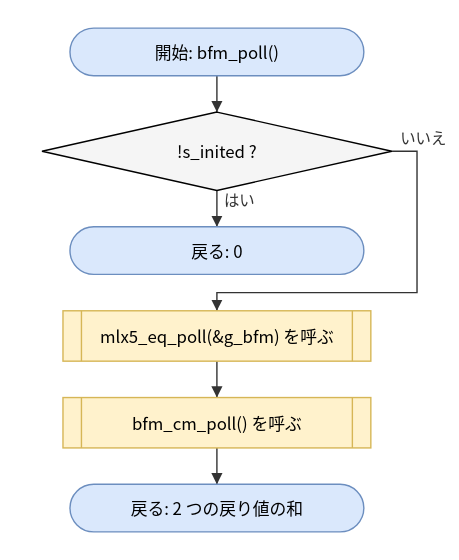
Earlier version of the draw.io export doc/spec/images/flow_src_bfm_core-bfm_poll.drawio.svg (hf355051012-ai/bfmem). Source tidied: cells renumbered, new cells last; positions are measured from the earlier drawing's top-left corner, leaving out a move shared by most shapes.
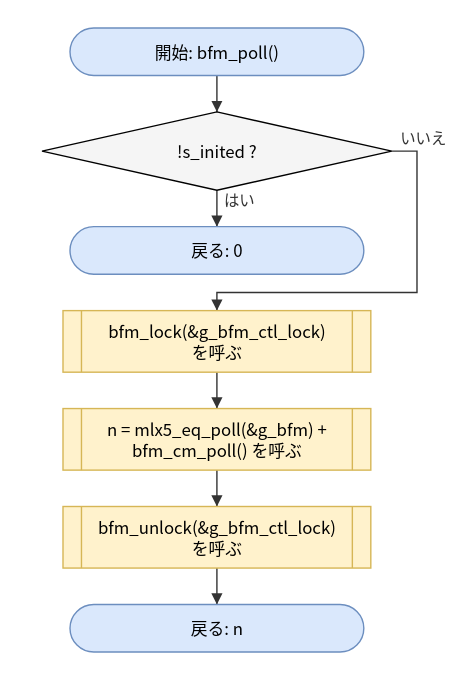
The same diagram one commit later.

Diff of the diagram source:
```diff
@@ -11,15 +11,18 @@
     <mxCell id="4" value="戻る: 0" style="rounded=1;arcSize=50;whiteSpace=wrap;html=1;fillColor=#dae8fc;strokeColor=#6c8ebf;" parent="1" vertex="1">
       <mxGeometry x="20" y="142" width="210" height="34" as="geometry" />
     </mxCell>
-    <mxCell id="5" value="mlx5_eq_poll(&amp;amp;g_bfm) を呼ぶ" style="shape=process;whiteSpace=wrap;html=1;backgroundOutline=1;size=0.06;fillColor=#fff2cc;strokeColor=#d6b656;" parent="1" vertex="1">
-      <mxGeometry x="15" y="202" width="220" height="36" as="geometry" />
+    <mxCell id="5" value="bfm_lock(&amp;amp;g_bfm_ctl_lock)&lt;br&gt;を呼ぶ" style="shape=process;whiteSpace=wrap;html=1;backgroundOutline=1;size=0.06;fillColor=#fff2cc;strokeColor=#d6b656;" parent="1" vertex="1">
+      <mxGeometry x="15" y="202" width="220" height="44" as="geometry" />
     </mxCell>
-    <mxCell id="6" value="bfm_cm_poll() を呼ぶ" style="shape=process;whiteSpace=wrap;html=1;backgroundOutline=1;size=0.06;fillColor=#fff2cc;strokeColor=#d6b656;" parent="1" vertex="1">
-      <mxGeometry x="15" y="264" width="220" height="36" as="geometry" />
+    <mxCell id="6" value="n = mlx5_eq_poll(&amp;amp;g_bfm) +&lt;br&gt;bfm_cm_poll() を呼ぶ" style="shape=process;whiteSpace=wrap;html=1;backgroundOutline=1;size=0.06;fillColor=#fff2cc;strokeColor=#d6b656;" parent="1" vertex="1">
+      <mxGeometry x="15" y="272" width="220" height="44" as="geometry" />
     </mxCell>
-    <mxCell id="7" value="戻る: 2 つの戻り値の和" style="rounded=1;arcSize=50;whiteSpace=wrap;html=1;fillColor=#dae8fc;strokeColor=#6c8ebf;" parent="1" vertex="1">
-      <mxGeometry x="20" y="326" width="210" height="34" as="geometry" />
+    <mxCell id="7" value="bfm_unlock(&amp;amp;g_bfm_ctl_lock)&lt;br&gt;を呼ぶ" style="shape=process;whiteSpace=wrap;html=1;backgroundOutline=1;size=0.06;fillColor=#fff2cc;strokeColor=#d6b656;" parent="1" vertex="1">
+      <mxGeometry x="15" y="342" width="220" height="44" as="geometry" />
     </mxCell>
+    <mxCell id="13" value="戻る: n" style="rounded=1;arcSize=50;whiteSpace=wrap;html=1;fillColor=#dae8fc;strokeColor=#6c8ebf;" parent="1" vertex="1">
+      <mxGeometry x="20" y="412" width="210" height="34" as="geometry" />
+    </mxCell>
     <mxCell id="8" style="edgeStyle=none;html=1;rounded=0;endArrow=block;endFill=1;exitX=0.5000;exitY=1.0000;exitDx=0;exitDy=0;exitPerimeter=0;entryX=0.5000;entryY=0.0000;entryDx=0;entryDy=0;entryPerimeter=0;" parent="1" edge="1" source="2" target="3">
       <mxGeometry relative="1" as="geometry" />
     </mxCell>
@@ -41,5 +44,8 @@
     <mxCell id="12" style="edgeStyle=none;html=1;rounded=0;endArrow=block;endFill=1;exitX=0.5000;exitY=1.0000;exitDx=0;exitDy=0;exitPerimeter=0;entryX=0.5000;entryY=0.0000;entryDx=0;entryDy=0;entryPerimeter=0;" parent="1" edge="1" source="6" target="7">
       <mxGeometry relative="1" as="geometry" />
     </mxCell>
+    <mxCell id="14" style="edgeStyle=none;html=1;rounded=0;endArrow=block;endFill=1;exitX=0.5000;exitY=1.0000;exitDx=0;exitDy=0;exitPerimeter=0;entryX=0.5000;entryY=0.0000;entryDx=0;entryDy=0;entryPerimeter=0;" parent="1" edge="1" source="7" target="13">
+      <mxGeometry relative="1" as="geometry" />
+    </mxCell>
   </root>
 </mxGraphModel>
```
